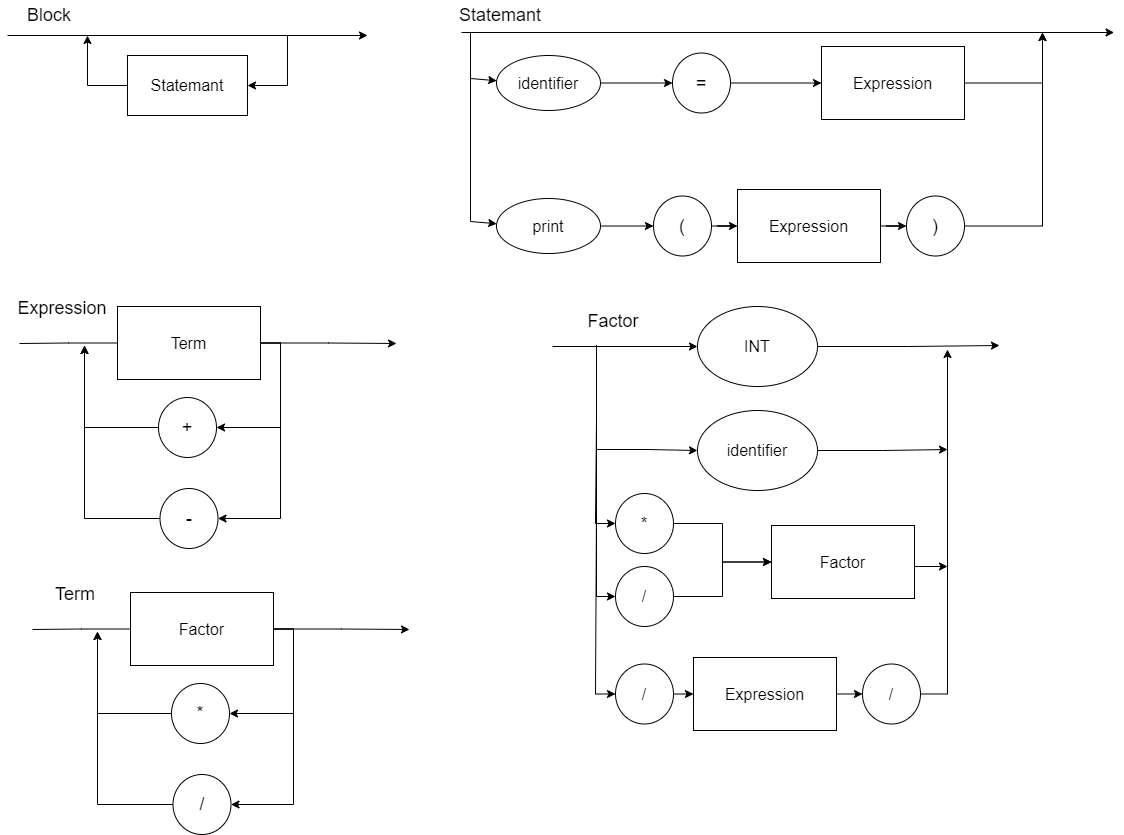
Earlier version of the draw.io export img/roteiro5.png (BrunoFNRodrigues/LogComp-Compilador). Source tidied: cells renumbered, new cells last; positions are measured from the earlier drawing's top-left corner, leaving out a move shared by most shapes. Source of this version:
```xml
<mxGraphModel>
  <root>
    <mxCell id="0" />
    <mxCell id="1" parent="0" />
    <mxCell id="2" value="&lt;font style=&quot;font-size: 16px;&quot;&gt;Statemant&lt;/font&gt;" style="rounded=0;whiteSpace=wrap;html=1;" parent="1" vertex="1">
      <mxGeometry x="120" y="55" width="120" height="60" as="geometry" />
    </mxCell>
    <mxCell id="3" style="endArrow=classic;html=1;rounded=0;" parent="1" edge="1">
      <mxGeometry relative="1" as="geometry">
        <mxPoint y="35" as="sourcePoint" />
        <mxPoint x="360" y="35" as="targetPoint" />
      </mxGeometry>
    </mxCell>
    <mxCell id="4" style="endArrow=classic;html=1;rounded=0;entryX=0;entryY=0.5;entryDx=0;entryDy=0;exitX=0;exitY=0.5;exitDx=0;exitDy=0;" parent="1" edge="1" source="2">
      <mxGeometry relative="1" as="geometry">
        <mxPoint x="80" y="35" as="targetPoint" />
        <Array as="points">
          <mxPoint x="80" y="85" />
        </Array>
      </mxGeometry>
    </mxCell>
    <mxCell id="5" style="endArrow=classic;html=1;rounded=0;exitX=1;exitY=0.5;exitDx=0;exitDy=0;entryX=1;entryY=0.5;entryDx=0;entryDy=0;" parent="1" edge="1" target="2">
      <mxGeometry relative="1" as="geometry">
        <mxPoint x="280" y="35" as="sourcePoint" />
        <Array as="points">
          <mxPoint x="280" y="85" />
        </Array>
      </mxGeometry>
    </mxCell>
    <mxCell id="6" value="&lt;font style=&quot;font-size: 18px;&quot;&gt;Block&lt;/font&gt;" style="text;html=1;strokeColor=none;fillColor=none;align=center;verticalAlign=middle;whiteSpace=wrap;rounded=0;" parent="1" vertex="1">
      <mxGeometry x="12" width="60" height="30" as="geometry" />
    </mxCell>
    <mxCell id="7" style="edgeStyle=orthogonalEdgeStyle;rounded=0;jettySize=auto;html=1;exitX=1;exitY=0.5;exitDx=0;exitDy=0;fontSize=13;" parent="1" edge="1" source="8">
      <mxGeometry relative="1" as="geometry">
        <mxPoint x="1035" y="32" as="targetPoint" />
      </mxGeometry>
    </mxCell>
    <mxCell id="8" value="&lt;font style=&quot;font-size: 16px;&quot;&gt;Expression&lt;/font&gt;" style="rounded=0;whiteSpace=wrap;html=1;" parent="1" vertex="1">
      <mxGeometry x="814" y="46" width="143" height="73" as="geometry" />
    </mxCell>
    <mxCell id="9" style="endArrow=classic;html=1;rounded=0;" parent="1" edge="1" target="12">
      <mxGeometry relative="1" as="geometry">
        <mxPoint x="463" y="32" as="sourcePoint" />
        <Array as="points">
          <mxPoint x="463" y="78" />
        </Array>
      </mxGeometry>
    </mxCell>
    <mxCell id="10" value="&lt;font style=&quot;font-size: 18px;&quot;&gt;Statemant&lt;/font&gt;" style="text;html=1;strokeColor=none;fillColor=none;align=center;verticalAlign=middle;whiteSpace=wrap;rounded=0;" parent="1" vertex="1">
      <mxGeometry x="463" width="60" height="30" as="geometry" />
    </mxCell>
    <mxCell id="11" style="edgeStyle=orthogonalEdgeStyle;rounded=0;jettySize=auto;html=1;fontSize=18;" parent="1" edge="1" source="12" target="14">
      <mxGeometry relative="1" as="geometry" />
    </mxCell>
    <mxCell id="12" value="&lt;font style=&quot;font-size: 16px;&quot;&gt;identifier&lt;/font&gt;" style="ellipse;whiteSpace=wrap;html=1;fontSize=18;" parent="1" vertex="1">
      <mxGeometry x="489" y="55" width="104" height="55" as="geometry" />
    </mxCell>
    <mxCell id="13" style="edgeStyle=orthogonalEdgeStyle;rounded=0;jettySize=auto;html=1;entryX=0;entryY=0.5;entryDx=0;entryDy=0;fontSize=18;" parent="1" edge="1" source="14" target="8">
      <mxGeometry relative="1" as="geometry" />
    </mxCell>
    <mxCell id="14" value="=" style="ellipse;whiteSpace=wrap;html=1;fontSize=18;" parent="1" vertex="1">
      <mxGeometry x="665" y="52.5" width="58" height="60" as="geometry" />
    </mxCell>
    <mxCell id="15" style="edgeStyle=orthogonalEdgeStyle;rounded=0;jettySize=auto;html=1;fontSize=16;entryX=0;entryY=0.5;entryDx=0;entryDy=0;" parent="1" edge="1" source="16" target="23">
      <mxGeometry relative="1" as="geometry" />
    </mxCell>
    <mxCell id="16" value="&lt;font style=&quot;font-size: 16px;&quot;&gt;Expression&lt;/font&gt;" style="rounded=0;whiteSpace=wrap;html=1;" parent="1" vertex="1">
      <mxGeometry x="730" y="189" width="143" height="73" as="geometry" />
    </mxCell>
    <mxCell id="17" style="endArrow=classic;html=1;rounded=0;" parent="1" edge="1" target="19">
      <mxGeometry relative="1" as="geometry">
        <mxPoint x="463" y="58" as="sourcePoint" />
        <Array as="points">
          <mxPoint x="463" y="221" />
        </Array>
      </mxGeometry>
    </mxCell>
    <mxCell id="18" style="edgeStyle=orthogonalEdgeStyle;rounded=0;jettySize=auto;html=1;fontSize=18;" parent="1" edge="1" source="19" target="21">
      <mxGeometry relative="1" as="geometry" />
    </mxCell>
    <mxCell id="19" value="&lt;span style=&quot;font-size: 16px;&quot;&gt;print&lt;/span&gt;" style="ellipse;whiteSpace=wrap;html=1;fontSize=18;" parent="1" vertex="1">
      <mxGeometry x="489" y="198" width="104" height="55" as="geometry" />
    </mxCell>
    <mxCell id="20" style="edgeStyle=orthogonalEdgeStyle;rounded=0;jettySize=auto;html=1;entryX=0;entryY=0.5;entryDx=0;entryDy=0;fontSize=18;" parent="1" edge="1" source="21" target="16">
      <mxGeometry relative="1" as="geometry" />
    </mxCell>
    <mxCell id="21" value="(" style="ellipse;whiteSpace=wrap;html=1;fontSize=18;" parent="1" vertex="1">
      <mxGeometry x="646" y="195.5" width="58" height="60" as="geometry" />
    </mxCell>
    <mxCell id="22" style="edgeStyle=orthogonalEdgeStyle;rounded=0;jettySize=auto;html=1;fontSize=13;" parent="1" edge="1" source="23">
      <mxGeometry relative="1" as="geometry">
        <mxPoint x="1035" y="32" as="targetPoint" />
      </mxGeometry>
    </mxCell>
    <mxCell id="23" value=")" style="ellipse;whiteSpace=wrap;html=1;fontSize=18;" parent="1" vertex="1">
      <mxGeometry x="899" y="195.5" width="58" height="60" as="geometry" />
    </mxCell>
    <mxCell id="24" style="endArrow=classic;html=1;rounded=0;" parent="1" edge="1">
      <mxGeometry relative="1" as="geometry">
        <mxPoint x="454" y="32" as="sourcePoint" />
        <mxPoint x="1106.6" y="32" as="targetPoint" />
      </mxGeometry>
    </mxCell>
    <mxCell id="25" style="edgeStyle=orthogonalEdgeStyle;rounded=0;jettySize=auto;html=1;exitX=1;exitY=0.5;exitDx=0;exitDy=0;entryX=1;entryY=0.5;entryDx=0;entryDy=0;fontSize=13;" parent="1" edge="1" source="29" target="31">
      <mxGeometry relative="1" as="geometry" />
    </mxCell>
    <mxCell id="26" style="edgeStyle=orthogonalEdgeStyle;rounded=0;jettySize=auto;html=1;exitX=1;exitY=0.5;exitDx=0;exitDy=0;entryX=1;entryY=0.5;entryDx=0;entryDy=0;fontSize=13;" parent="1" edge="1" source="29" target="33">
      <mxGeometry relative="1" as="geometry" />
    </mxCell>
    <mxCell id="27" style="edgeStyle=orthogonalEdgeStyle;rounded=0;jettySize=auto;html=1;exitX=0;exitY=0.5;exitDx=0;exitDy=0;fontSize=13;endArrow=none;endFill=0;" parent="1" edge="1" source="29">
      <mxGeometry relative="1" as="geometry">
        <mxPoint x="12" y="343" as="targetPoint" />
      </mxGeometry>
    </mxCell>
    <mxCell id="28" style="edgeStyle=orthogonalEdgeStyle;rounded=0;jettySize=auto;html=1;exitX=1;exitY=0.5;exitDx=0;exitDy=0;fontSize=13;endArrow=classic;endFill=1;" parent="1" edge="1" source="29">
      <mxGeometry relative="1" as="geometry">
        <mxPoint x="389" y="343" as="targetPoint" />
      </mxGeometry>
    </mxCell>
    <mxCell id="29" value="&lt;font style=&quot;font-size: 16px;&quot;&gt;Term&lt;/font&gt;" style="rounded=0;whiteSpace=wrap;html=1;" parent="1" vertex="1">
      <mxGeometry x="110" y="306" width="143" height="73" as="geometry" />
    </mxCell>
    <mxCell id="30" style="edgeStyle=orthogonalEdgeStyle;rounded=0;jettySize=auto;html=1;exitX=0;exitY=0.5;exitDx=0;exitDy=0;fontSize=13;endArrow=classic;endFill=1;" parent="1" edge="1" source="31">
      <mxGeometry relative="1" as="geometry">
        <mxPoint x="77" y="345" as="targetPoint" />
      </mxGeometry>
    </mxCell>
    <mxCell id="31" value="+" style="ellipse;whiteSpace=wrap;html=1;fontSize=18;" parent="1" vertex="1">
      <mxGeometry x="151" y="397" width="58" height="60" as="geometry" />
    </mxCell>
    <mxCell id="32" style="edgeStyle=orthogonalEdgeStyle;rounded=0;jettySize=auto;html=1;exitX=0;exitY=0.5;exitDx=0;exitDy=0;fontSize=13;endArrow=classic;endFill=1;" parent="1" edge="1" source="33">
      <mxGeometry relative="1" as="geometry">
        <mxPoint x="77" y="345" as="targetPoint" />
      </mxGeometry>
    </mxCell>
    <mxCell id="33" value="-" style="ellipse;whiteSpace=wrap;html=1;fontSize=18;" parent="1" vertex="1">
      <mxGeometry x="152.5" y="488" width="58" height="60" as="geometry" />
    </mxCell>
    <mxCell id="34" value="&lt;font style=&quot;font-size: 18px;&quot;&gt;Expression&lt;/font&gt;" style="text;html=1;strokeColor=none;fillColor=none;align=center;verticalAlign=middle;whiteSpace=wrap;rounded=0;" parent="1" vertex="1">
      <mxGeometry x="25" y="293" width="60" height="30" as="geometry" />
    </mxCell>
    <mxCell id="35" style="edgeStyle=orthogonalEdgeStyle;rounded=0;jettySize=auto;html=1;exitX=1;exitY=0.5;exitDx=0;exitDy=0;entryX=1;entryY=0.5;entryDx=0;entryDy=0;fontSize=13;" parent="1" edge="1" source="39" target="41">
      <mxGeometry relative="1" as="geometry" />
    </mxCell>
    <mxCell id="36" style="edgeStyle=orthogonalEdgeStyle;rounded=0;jettySize=auto;html=1;exitX=1;exitY=0.5;exitDx=0;exitDy=0;entryX=1;entryY=0.5;entryDx=0;entryDy=0;fontSize=13;" parent="1" edge="1" source="39" target="43">
      <mxGeometry relative="1" as="geometry" />
    </mxCell>
    <mxCell id="37" style="edgeStyle=orthogonalEdgeStyle;rounded=0;jettySize=auto;html=1;exitX=0;exitY=0.5;exitDx=0;exitDy=0;fontSize=13;endArrow=none;endFill=0;" parent="1" edge="1" source="39">
      <mxGeometry relative="1" as="geometry">
        <mxPoint x="25" y="629" as="targetPoint" />
      </mxGeometry>
    </mxCell>
    <mxCell id="38" style="edgeStyle=orthogonalEdgeStyle;rounded=0;jettySize=auto;html=1;exitX=1;exitY=0.5;exitDx=0;exitDy=0;fontSize=13;endArrow=classic;endFill=1;" parent="1" edge="1" source="39">
      <mxGeometry relative="1" as="geometry">
        <mxPoint x="402" y="629" as="targetPoint" />
      </mxGeometry>
    </mxCell>
    <mxCell id="39" value="&lt;font style=&quot;font-size: 16px;&quot;&gt;Factor&lt;/font&gt;" style="rounded=0;whiteSpace=wrap;html=1;" parent="1" vertex="1">
      <mxGeometry x="123" y="592" width="143" height="73" as="geometry" />
    </mxCell>
    <mxCell id="40" style="edgeStyle=orthogonalEdgeStyle;rounded=0;jettySize=auto;html=1;exitX=0;exitY=0.5;exitDx=0;exitDy=0;fontSize=13;endArrow=classic;endFill=1;" parent="1" edge="1" source="41">
      <mxGeometry relative="1" as="geometry">
        <mxPoint x="90" y="631" as="targetPoint" />
      </mxGeometry>
    </mxCell>
    <mxCell id="41" value="*" style="ellipse;whiteSpace=wrap;html=1;fontSize=18;" parent="1" vertex="1">
      <mxGeometry x="164" y="683" width="58" height="60" as="geometry" />
    </mxCell>
    <mxCell id="42" style="edgeStyle=orthogonalEdgeStyle;rounded=0;jettySize=auto;html=1;exitX=0;exitY=0.5;exitDx=0;exitDy=0;fontSize=13;endArrow=classic;endFill=1;" parent="1" edge="1" source="43">
      <mxGeometry relative="1" as="geometry">
        <mxPoint x="90" y="631" as="targetPoint" />
      </mxGeometry>
    </mxCell>
    <mxCell id="43" value="/" style="ellipse;whiteSpace=wrap;html=1;fontSize=18;" parent="1" vertex="1">
      <mxGeometry x="165.5" y="774" width="58" height="60" as="geometry" />
    </mxCell>
    <mxCell id="44" value="&lt;font style=&quot;font-size: 18px;&quot;&gt;Term&lt;/font&gt;" style="text;html=1;strokeColor=none;fillColor=none;align=center;verticalAlign=middle;whiteSpace=wrap;rounded=0;" parent="1" vertex="1">
      <mxGeometry x="38" y="579" width="60" height="30" as="geometry" />
    </mxCell>
    <mxCell id="45" style="edgeStyle=orthogonalEdgeStyle;rounded=0;jettySize=auto;html=1;fontSize=16;endArrow=classic;endFill=1;" parent="1" edge="1" source="47">
      <mxGeometry relative="1" as="geometry">
        <mxPoint x="992" y="345" as="targetPoint" />
      </mxGeometry>
    </mxCell>
    <mxCell id="46" style="edgeStyle=orthogonalEdgeStyle;rounded=0;jettySize=auto;html=1;exitX=0;exitY=0.5;exitDx=0;exitDy=0;fontSize=16;endArrow=classic;endFill=1;entryX=0;entryY=0.5;entryDx=0;entryDy=0;" parent="1" edge="1" target="47">
      <mxGeometry relative="1" as="geometry">
        <mxPoint x="545" y="346" as="sourcePoint" />
      </mxGeometry>
    </mxCell>
    <mxCell id="47" value="&lt;font style=&quot;font-size: 16px;&quot;&gt;INT&lt;/font&gt;" style="ellipse;whiteSpace=wrap;html=1;fontSize=16;" parent="1" vertex="1">
      <mxGeometry x="690" y="306" width="120" height="80" as="geometry" />
    </mxCell>
    <mxCell id="48" style="edgeStyle=orthogonalEdgeStyle;rounded=0;jettySize=auto;html=1;exitX=0;exitY=0.5;exitDx=0;exitDy=0;fontSize=16;endArrow=classic;endFill=1;entryX=0;entryY=0.5;entryDx=0;entryDy=0;" parent="1" edge="1" target="50">
      <mxGeometry relative="1" as="geometry">
        <mxPoint x="589" y="449" as="sourcePoint" />
      </mxGeometry>
    </mxCell>
    <mxCell id="49" style="edgeStyle=orthogonalEdgeStyle;rounded=0;jettySize=auto;html=1;exitX=1;exitY=0.5;exitDx=0;exitDy=0;fontSize=16;endArrow=classic;endFill=1;" parent="1" edge="1" source="50">
      <mxGeometry relative="1" as="geometry">
        <mxPoint x="940" y="449" as="targetPoint" />
      </mxGeometry>
    </mxCell>
    <mxCell id="50" value="&lt;font style=&quot;font-size: 16px;&quot;&gt;identifier&lt;/font&gt;" style="ellipse;whiteSpace=wrap;html=1;fontSize=16;" parent="1" vertex="1">
      <mxGeometry x="690" y="410" width="120" height="80" as="geometry" />
    </mxCell>
    <mxCell id="51" style="edgeStyle=orthogonalEdgeStyle;rounded=0;jettySize=auto;html=1;exitX=0;exitY=0.5;exitDx=0;exitDy=0;fontSize=16;endArrow=classic;endFill=1;entryX=0;entryY=0.5;entryDx=0;entryDy=0;" parent="1" edge="1" target="53">
      <mxGeometry relative="1" as="geometry">
        <mxPoint x="589" y="345" as="sourcePoint" />
        <Array as="points">
          <mxPoint x="588" y="419" />
          <mxPoint x="588" y="523" />
        </Array>
      </mxGeometry>
    </mxCell>
    <mxCell id="52" style="edgeStyle=orthogonalEdgeStyle;rounded=0;jettySize=auto;html=1;exitX=1;exitY=0.5;exitDx=0;exitDy=0;entryX=0;entryY=0.5;entryDx=0;entryDy=0;fontSize=16;endArrow=classic;endFill=1;" parent="1" edge="1" source="53" target="58">
      <mxGeometry relative="1" as="geometry" />
    </mxCell>
    <mxCell id="53" value="*" style="ellipse;whiteSpace=wrap;html=1;fontSize=16;" parent="1" vertex="1">
      <mxGeometry x="608" y="493" width="58" height="60" as="geometry" />
    </mxCell>
    <mxCell id="54" style="edgeStyle=orthogonalEdgeStyle;rounded=0;jettySize=auto;html=1;fontSize=16;endArrow=classic;endFill=1;entryX=0;entryY=0.5;entryDx=0;entryDy=0;" parent="1" edge="1" target="56">
      <mxGeometry relative="1" as="geometry">
        <mxPoint x="589" y="345" as="sourcePoint" />
        <Array as="points">
          <mxPoint x="589" y="596" />
        </Array>
      </mxGeometry>
    </mxCell>
    <mxCell id="55" style="edgeStyle=orthogonalEdgeStyle;rounded=0;jettySize=auto;html=1;exitX=1;exitY=0.5;exitDx=0;exitDy=0;entryX=0;entryY=0.5;entryDx=0;entryDy=0;fontSize=16;endArrow=classic;endFill=1;" parent="1" edge="1" source="56" target="58">
      <mxGeometry relative="1" as="geometry" />
    </mxCell>
    <mxCell id="56" value="/" style="ellipse;whiteSpace=wrap;html=1;fontSize=16;" parent="1" vertex="1">
      <mxGeometry x="608" y="566" width="58" height="60" as="geometry" />
    </mxCell>
    <mxCell id="57" style="edgeStyle=orthogonalEdgeStyle;rounded=0;jettySize=auto;html=1;exitX=1;exitY=0.5;exitDx=0;exitDy=0;fontSize=16;endArrow=classic;endFill=1;" parent="1" edge="1" source="58">
      <mxGeometry relative="1" as="geometry">
        <mxPoint x="940" y="566" as="targetPoint" />
        <Array as="points">
          <mxPoint x="907" y="566" />
        </Array>
      </mxGeometry>
    </mxCell>
    <mxCell id="58" value="&lt;font style=&quot;font-size: 16px;&quot;&gt;Factor&lt;/font&gt;" style="rounded=0;whiteSpace=wrap;html=1;fontSize=16;" parent="1" vertex="1">
      <mxGeometry x="764" y="525" width="143" height="73" as="geometry" />
    </mxCell>
    <mxCell id="59" style="edgeStyle=orthogonalEdgeStyle;rounded=0;jettySize=auto;html=1;exitX=1;exitY=0.5;exitDx=0;exitDy=0;entryX=0;entryY=0.5;entryDx=0;entryDy=0;fontSize=16;endArrow=classic;endFill=1;" parent="1" edge="1" source="60" target="65">
      <mxGeometry relative="1" as="geometry" />
    </mxCell>
    <mxCell id="60" value="&lt;font style=&quot;font-size: 16px;&quot;&gt;Expression&lt;/font&gt;" style="rounded=0;whiteSpace=wrap;html=1;fontSize=16;" parent="1" vertex="1">
      <mxGeometry x="686" y="657" width="143" height="73" as="geometry" />
    </mxCell>
    <mxCell id="61" style="edgeStyle=orthogonalEdgeStyle;rounded=0;jettySize=auto;html=1;fontSize=16;endArrow=classic;endFill=1;entryX=0;entryY=0.5;entryDx=0;entryDy=0;" parent="1" edge="1" target="63">
      <mxGeometry relative="1" as="geometry">
        <mxPoint x="589" y="345" as="sourcePoint" />
        <Array as="points">
          <mxPoint x="589" y="504" />
          <mxPoint x="588" y="694" />
        </Array>
      </mxGeometry>
    </mxCell>
    <mxCell id="62" style="edgeStyle=orthogonalEdgeStyle;rounded=0;jettySize=auto;html=1;exitX=1;exitY=0.5;exitDx=0;exitDy=0;entryX=0;entryY=0.5;entryDx=0;entryDy=0;fontSize=16;endArrow=classic;endFill=1;" parent="1" edge="1" source="63" target="60">
      <mxGeometry relative="1" as="geometry" />
    </mxCell>
    <mxCell id="63" value="/" style="ellipse;whiteSpace=wrap;html=1;fontSize=16;" parent="1" vertex="1">
      <mxGeometry x="608" y="663.5" width="58" height="60" as="geometry" />
    </mxCell>
    <mxCell id="64" style="edgeStyle=orthogonalEdgeStyle;rounded=0;jettySize=auto;html=1;exitX=1;exitY=0.5;exitDx=0;exitDy=0;fontSize=16;endArrow=classic;endFill=1;" parent="1" edge="1" source="65">
      <mxGeometry relative="1" as="geometry">
        <mxPoint x="940" y="349" as="targetPoint" />
      </mxGeometry>
    </mxCell>
    <mxCell id="65" value="/" style="ellipse;whiteSpace=wrap;html=1;fontSize=16;" parent="1" vertex="1">
      <mxGeometry x="855" y="663.5" width="58" height="60" as="geometry" />
    </mxCell>
    <mxCell id="66" value="&lt;font style=&quot;font-size: 18px;&quot;&gt;Factor&lt;/font&gt;" style="text;html=1;strokeColor=none;fillColor=none;align=center;verticalAlign=middle;whiteSpace=wrap;rounded=0;" parent="1" vertex="1">
      <mxGeometry x="576" y="306" width="60" height="30" as="geometry" />
    </mxCell>
  </root>
</mxGraphModel>
```
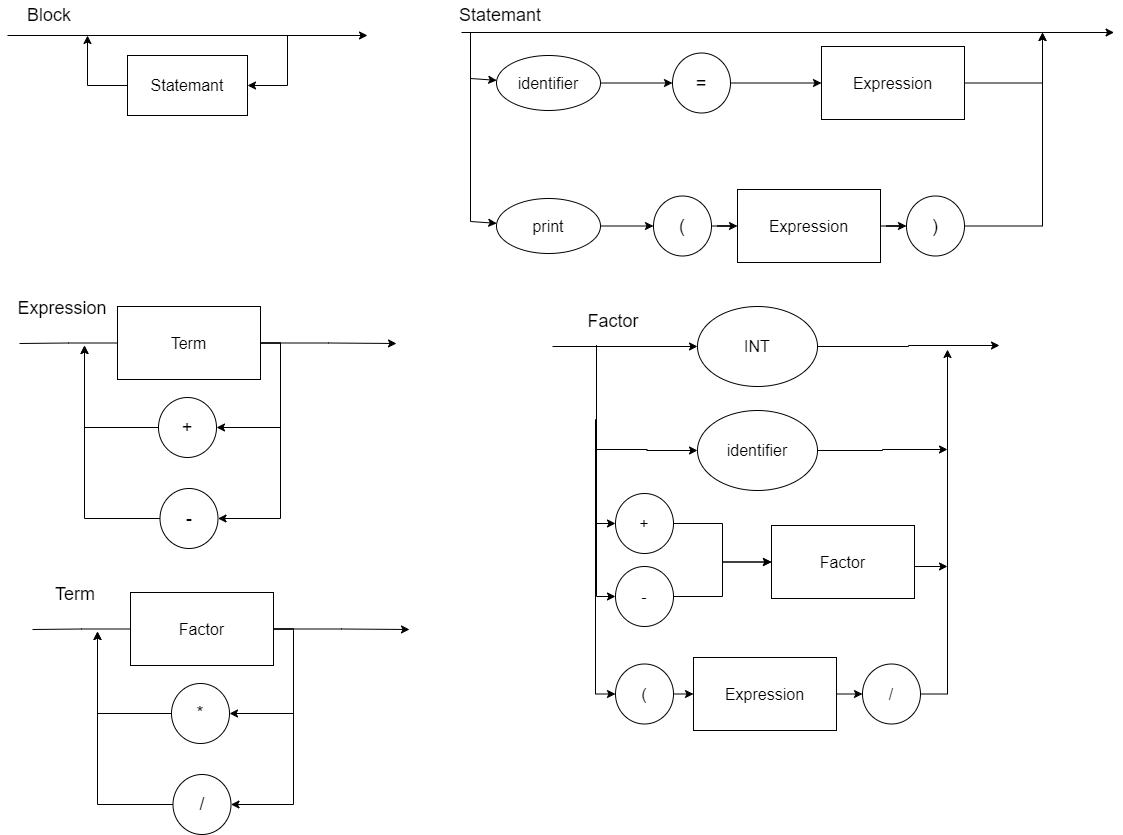
After the change.

Diff of the diagram source:
```diff
@@ -215,7 +215,7 @@
     <mxCell id="52" style="edgeStyle=orthogonalEdgeStyle;rounded=0;jettySize=auto;html=1;exitX=1;exitY=0.5;exitDx=0;exitDy=0;entryX=0;entryY=0.5;entryDx=0;entryDy=0;fontSize=16;endArrow=classic;endFill=1;" parent="1" edge="1" source="53" target="58">
       <mxGeometry relative="1" as="geometry" />
     </mxCell>
-    <mxCell id="53" value="*" style="ellipse;whiteSpace=wrap;html=1;fontSize=16;" parent="1" vertex="1">
+    <mxCell id="53" value="+" style="ellipse;whiteSpace=wrap;html=1;fontSize=16;" parent="1" vertex="1">
       <mxGeometry x="608" y="493" width="58" height="60" as="geometry" />
     </mxCell>
     <mxCell id="54" style="edgeStyle=orthogonalEdgeStyle;rounded=0;jettySize=auto;html=1;fontSize=16;endArrow=classic;endFill=1;entryX=0;entryY=0.5;entryDx=0;entryDy=0;" parent="1" edge="1" target="56">
@@ -229,7 +229,7 @@
     <mxCell id="55" style="edgeStyle=orthogonalEdgeStyle;rounded=0;jettySize=auto;html=1;exitX=1;exitY=0.5;exitDx=0;exitDy=0;entryX=0;entryY=0.5;entryDx=0;entryDy=0;fontSize=16;endArrow=classic;endFill=1;" parent="1" edge="1" source="56" target="58">
       <mxGeometry relative="1" as="geometry" />
     </mxCell>
-    <mxCell id="56" value="/" style="ellipse;whiteSpace=wrap;html=1;fontSize=16;" parent="1" vertex="1">
+    <mxCell id="56" value="-" style="ellipse;whiteSpace=wrap;html=1;fontSize=16;" parent="1" vertex="1">
       <mxGeometry x="608" y="566" width="58" height="60" as="geometry" />
     </mxCell>
     <mxCell id="57" style="edgeStyle=orthogonalEdgeStyle;rounded=0;jettySize=auto;html=1;exitX=1;exitY=0.5;exitDx=0;exitDy=0;fontSize=16;endArrow=classic;endFill=1;" parent="1" edge="1" source="58">
@@ -261,7 +261,7 @@
     <mxCell id="62" style="edgeStyle=orthogonalEdgeStyle;rounded=0;jettySize=auto;html=1;exitX=1;exitY=0.5;exitDx=0;exitDy=0;entryX=0;entryY=0.5;entryDx=0;entryDy=0;fontSize=16;endArrow=classic;endFill=1;" parent="1" edge="1" source="63" target="60">
       <mxGeometry relative="1" as="geometry" />
     </mxCell>
-    <mxCell id="63" value="/" style="ellipse;whiteSpace=wrap;html=1;fontSize=16;" parent="1" vertex="1">
+    <mxCell id="63" value="(" style="ellipse;whiteSpace=wrap;html=1;fontSize=16;" parent="1" vertex="1">
       <mxGeometry x="608" y="663.5" width="58" height="60" as="geometry" />
     </mxCell>
     <mxCell id="64" style="edgeStyle=orthogonalEdgeStyle;rounded=0;jettySize=auto;html=1;exitX=1;exitY=0.5;exitDx=0;exitDy=0;fontSize=16;endArrow=classic;endFill=1;" parent="1" edge="1" source="65">
```
